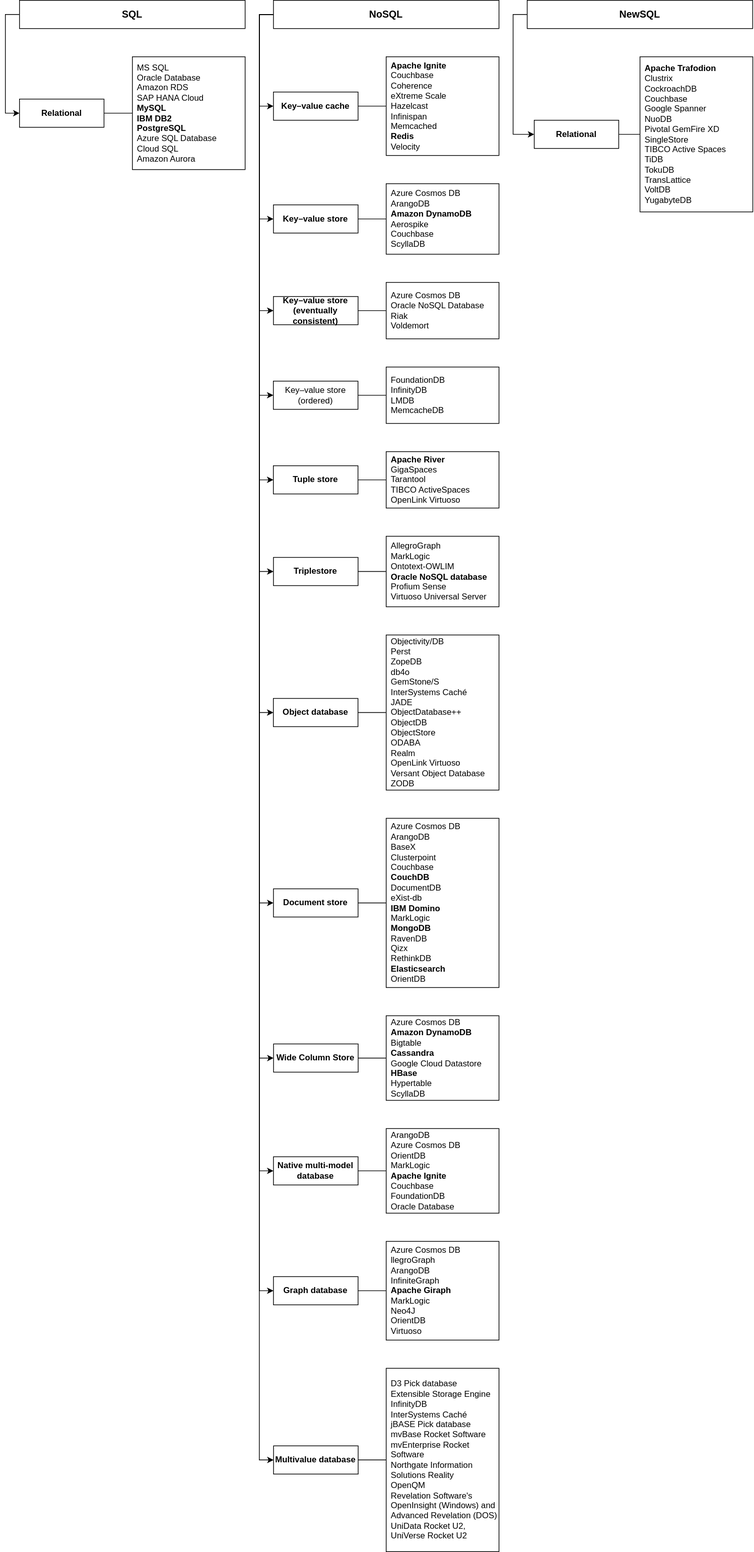
Before: diagrams/data_models.drawio.svg, a diagram exported from draw.io (ryndovaira-org/data_science_lectures). Source tidied: cells renumbered, new cells last; positions are measured from the earlier drawing's top-left corner, leaving out a move shared by most shapes.
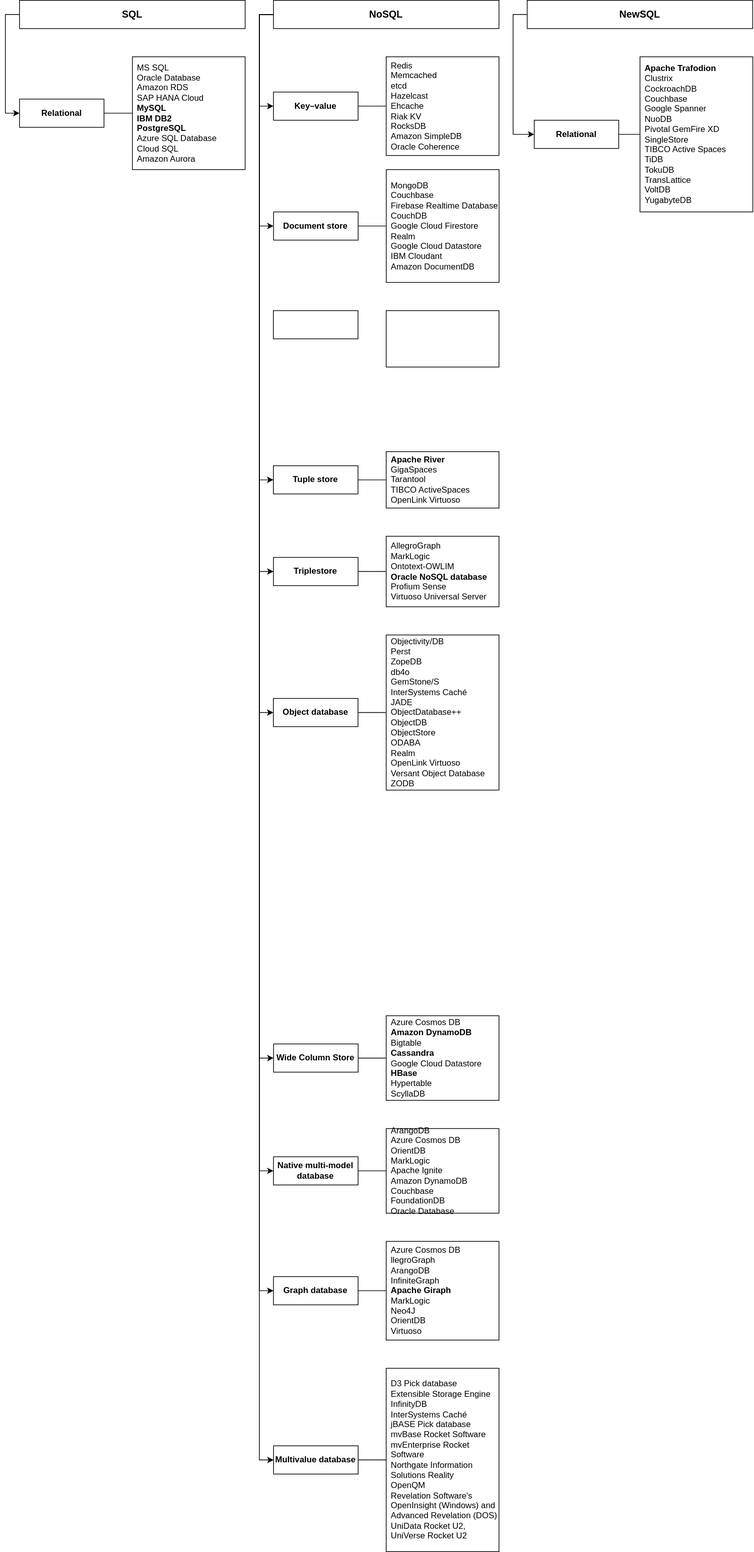
Above is the later version.

Change to the diagram source:
```diff
@@ -11,15 +11,6 @@
     <mxCell id="4" style="edgeStyle=orthogonalEdgeStyle;rounded=0;jettySize=auto;html=1;entryX=0;entryY=0.5;entryDx=0;entryDy=0;exitX=0;exitY=0.5;exitDx=0;exitDy=0;fillColor=none;" parent="1" edge="1" source="16" target="19">
       <mxGeometry relative="1" as="geometry" />
     </mxCell>
-    <mxCell id="5" style="edgeStyle=orthogonalEdgeStyle;rounded=0;jettySize=auto;html=1;exitX=0;exitY=0.5;exitDx=0;exitDy=0;entryX=0;entryY=0.5;entryDx=0;entryDy=0;fillColor=none;" parent="1" edge="1" source="16" target="21">
-      <mxGeometry relative="1" as="geometry" />
-    </mxCell>
-    <mxCell id="6" style="edgeStyle=orthogonalEdgeStyle;rounded=0;jettySize=auto;html=1;exitX=0;exitY=0.5;exitDx=0;exitDy=0;entryX=0;entryY=0.5;entryDx=0;entryDy=0;fillColor=none;" parent="1" edge="1" source="16" target="24">
-      <mxGeometry relative="1" as="geometry" />
-    </mxCell>
-    <mxCell id="7" style="edgeStyle=orthogonalEdgeStyle;rounded=0;jettySize=auto;html=1;exitX=0;exitY=0.5;exitDx=0;exitDy=0;entryX=0;entryY=0.5;entryDx=0;entryDy=0;fillColor=none;" parent="1" edge="1" source="16" target="27">
-      <mxGeometry relative="1" as="geometry" />
-    </mxCell>
     <mxCell id="8" style="edgeStyle=orthogonalEdgeStyle;rounded=0;jettySize=auto;html=1;exitX=0;exitY=0.5;exitDx=0;exitDy=0;entryX=0;entryY=0.5;entryDx=0;entryDy=0;fillColor=none;" parent="1" edge="1" source="16" target="30">
       <mxGeometry relative="1" as="geometry" />
     </mxCell>
@@ -53,36 +44,12 @@
     <mxCell id="18" value="NewSQL" style="rounded=0;whiteSpace=wrap;html=1;fillColor=none;fontSize=14;fontStyle=1;" parent="1" vertex="1">
       <mxGeometry x="720" width="319.9" height="40" as="geometry" />
     </mxCell>
-    <mxCell id="19" value="Key–value cache" style="rounded=0;whiteSpace=wrap;html=1;fillColor=none;fontSize=12;fontStyle=1;" parent="1" vertex="1">
+    <mxCell id="19" value="Key–value" style="rounded=0;whiteSpace=wrap;html=1;fillColor=none;fontSize=12;fontStyle=1;" parent="1" vertex="1">
       <mxGeometry x="360.1" y="130" width="120" height="40" as="geometry" />
     </mxCell>
-    <mxCell id="20" value="&lt;b style=&quot;font-size: 12px;&quot;&gt;Apache Ignite&lt;br&gt;&lt;/b&gt;Couchbase&lt;br&gt;Coherence&lt;br&gt;eXtreme Scale&lt;br&gt;Hazelcast&lt;br&gt;Infinispan&lt;br&gt;Memcached&lt;br&gt;&lt;b style=&quot;font-size: 12px;&quot;&gt;Redis&lt;br&gt;&lt;/b&gt;Velocity" style="rounded=0;whiteSpace=wrap;html=1;fillColor=none;fontSize=12;align=left;spacingLeft=5;" parent="1" vertex="1">
+    <mxCell id="20" value="&lt;div&gt;Redis&lt;/div&gt;&lt;div&gt;Memcached&lt;/div&gt;&lt;div&gt;etcd&lt;/div&gt;&lt;div&gt;Hazelcast&lt;/div&gt;&lt;div&gt;Ehcache&lt;/div&gt;&lt;div&gt;Riak KV&lt;/div&gt;&lt;div&gt;RocksDB&lt;/div&gt;&lt;div&gt;Amazon SimpleDB&lt;/div&gt;&lt;div&gt;Oracle Coherence&lt;/div&gt;" style="rounded=0;whiteSpace=wrap;html=1;fillColor=none;fontSize=12;align=left;spacingLeft=5;" parent="1" vertex="1">
       <mxGeometry x="520" y="80" width="160" height="140" as="geometry" />
     </mxCell>
-    <mxCell id="21" value="Key–value store" style="rounded=0;whiteSpace=wrap;html=1;fillColor=none;fontSize=12;fontStyle=1;" parent="1" vertex="1">
-      <mxGeometry x="360.1" y="290" width="120" height="40" as="geometry" />
-    </mxCell>
-    <mxCell id="22" value=" Azure Cosmos DB&lt;br&gt;ArangoDB&lt;br&gt;&lt;b style=&quot;font-size: 12px;&quot;&gt;Amazon DynamoDB&lt;br&gt;&lt;/b&gt;Aerospike&lt;br&gt;&lt;span style=&quot;font-size: 12px;&quot;&gt;Couchbase&lt;br&gt;&lt;/span&gt;ScyllaDB" style="rounded=0;whiteSpace=wrap;html=1;fillColor=none;fontSize=12;align=left;spacingLeft=5;" parent="1" vertex="1">
-      <mxGeometry x="520" y="260" width="160" height="100" as="geometry" />
-    </mxCell>
-    <mxCell id="23" style="edgeStyle=orthogonalEdgeStyle;rounded=0;jettySize=auto;html=1;endArrow=none;endFill=0;fillColor=none;" parent="1" edge="1" source="24" target="25">
-      <mxGeometry relative="1" as="geometry" />
-    </mxCell>
-    <mxCell id="24" value="Key–value store (eventually consistent)" style="rounded=0;whiteSpace=wrap;html=1;fillColor=none;fontSize=12;fontStyle=1;" parent="1" vertex="1">
-      <mxGeometry x="360.1" y="420" width="120" height="40" as="geometry" />
-    </mxCell>
-    <mxCell id="25" value="Azure Cosmos DB&lt;br&gt;Oracle NoSQL Database&lt;br&gt;Riak&lt;br&gt;Voldemort" style="rounded=0;whiteSpace=wrap;html=1;fillColor=none;fontSize=12;align=left;spacingLeft=5;" parent="1" vertex="1">
-      <mxGeometry x="520" y="400" width="160" height="80" as="geometry" />
-    </mxCell>
-    <mxCell id="26" style="edgeStyle=orthogonalEdgeStyle;rounded=0;jettySize=auto;html=1;endArrow=none;endFill=0;fillColor=none;" parent="1" edge="1" source="27" target="28">
-      <mxGeometry relative="1" as="geometry" />
-    </mxCell>
-    <mxCell id="27" value="Key–value store (ordered)" style="rounded=0;whiteSpace=wrap;html=1;fillColor=none;fontSize=12;" parent="1" vertex="1">
-      <mxGeometry x="360" y="540" width="120" height="40" as="geometry" />
-    </mxCell>
-    <mxCell id="28" value="FoundationDB&lt;br&gt;InfinityDB&lt;br&gt;LMDB&lt;br&gt;MemcacheDB" style="rounded=0;whiteSpace=wrap;html=1;fillColor=none;fontSize=12;align=left;spacingLeft=5;" parent="1" vertex="1">
-      <mxGeometry x="520" y="520" width="160" height="80" as="geometry" />
-    </mxCell>
     <mxCell id="29" style="edgeStyle=orthogonalEdgeStyle;rounded=0;jettySize=auto;html=1;endArrow=none;endFill=0;fillColor=none;" parent="1" edge="1" source="30" target="31">
       <mxGeometry relative="1" as="geometry" />
     </mxCell>
@@ -114,10 +81,10 @@
       <mxGeometry relative="1" as="geometry" />
     </mxCell>
     <mxCell id="39" value="Document store" style="rounded=0;whiteSpace=wrap;html=1;fillColor=none;fontSize=12;fontStyle=1;" parent="1" vertex="1">
-      <mxGeometry x="360.1" y="1260" width="120" height="40" as="geometry" />
+      <mxGeometry x="360.3" y="300" width="120" height="40" as="geometry" />
     </mxCell>
-    <mxCell id="40" value="Azure Cosmos DB&lt;br&gt;ArangoDB&lt;br&gt;BaseX&lt;br&gt;Clusterpoint&lt;br&gt;Couchbase&lt;br&gt;&lt;b style=&quot;font-size: 12px;&quot;&gt;CouchDB&lt;br&gt;&lt;/b&gt;DocumentDB&lt;br&gt;eXist-db&lt;br&gt;&lt;b style=&quot;font-size: 12px;&quot;&gt;IBM Domino&lt;br&gt;&lt;/b&gt;MarkLogic&lt;br&gt;&lt;b style=&quot;font-size: 12px;&quot;&gt;MongoDB&lt;br&gt;&lt;/b&gt;RavenDB&lt;br&gt;Qizx&lt;br&gt;RethinkDB&lt;br&gt;&lt;b style=&quot;font-size: 12px;&quot;&gt;Elasticsearch&lt;br&gt;&lt;/b&gt;OrientDB" style="rounded=0;whiteSpace=wrap;html=1;fillColor=none;fontSize=12;align=left;spacingLeft=5;" parent="1" vertex="1">
-      <mxGeometry x="520" y="1160" width="160" height="240" as="geometry" />
+    <mxCell id="40" value="&lt;div&gt;MongoDB&lt;/div&gt;&lt;div&gt;Couchbase&lt;/div&gt;&lt;div&gt;Firebase Realtime Database&lt;/div&gt;&lt;div&gt;CouchDB&lt;/div&gt;&lt;div&gt;Google Cloud Firestore&lt;/div&gt;&lt;div&gt;Realm&lt;/div&gt;&lt;div&gt;Google Cloud Datastore&lt;/div&gt;&lt;div&gt;IBM Cloudant&lt;/div&gt;&lt;div&gt;Amazon DocumentDB&lt;/div&gt;" style="rounded=0;whiteSpace=wrap;html=1;fillColor=none;fontSize=12;align=left;spacingLeft=5;" parent="1" vertex="1">
+      <mxGeometry x="520.1" y="240" width="160" height="160" as="geometry" />
     </mxCell>
     <mxCell id="41" style="edgeStyle=orthogonalEdgeStyle;rounded=0;jettySize=auto;html=1;endArrow=none;endFill=0;fillColor=none;" parent="1" edge="1" source="42" target="43">
       <mxGeometry relative="1" as="geometry" />
@@ -134,7 +101,7 @@
     <mxCell id="45" value="Native multi-model database" style="rounded=0;whiteSpace=wrap;html=1;fillColor=none;fontSize=12;fontStyle=1;" parent="1" vertex="1">
       <mxGeometry x="360.1" y="1640" width="120" height="40" as="geometry" />
     </mxCell>
-    <mxCell id="46" value="ArangoDB&lt;br&gt;Azure Cosmos DB&lt;br&gt;OrientDB&lt;br&gt;MarkLogic&lt;br&gt;&lt;b style=&quot;font-size: 12px;&quot;&gt;Apache Ignite&lt;br&gt;&lt;/b&gt;Couchbase&lt;br&gt;FoundationDB&lt;br&gt;Oracle Database" style="rounded=0;whiteSpace=wrap;html=1;fillColor=none;fontSize=12;align=left;spacingLeft=5;" parent="1" vertex="1">
+    <mxCell id="46" value="&lt;div&gt;ArangoDB&lt;/div&gt;&lt;div&gt;Azure Cosmos DB&lt;/div&gt;&lt;div&gt;OrientDB&lt;/div&gt;&lt;div&gt;MarkLogic&lt;/div&gt;&lt;div&gt;Apache Ignite&lt;/div&gt;&lt;div&gt;Amazon DynamoDB&lt;/div&gt;&lt;div&gt;Couchbase&lt;/div&gt;&lt;div&gt;FoundationDB&lt;/div&gt;&lt;div&gt;Oracle Database&lt;/div&gt;" style="rounded=0;whiteSpace=wrap;html=1;fillColor=none;fontSize=12;align=left;spacingLeft=5;" parent="1" vertex="1">
       <mxGeometry x="520" y="1600" width="160" height="120" as="geometry" />
     </mxCell>
     <mxCell id="47" style="edgeStyle=orthogonalEdgeStyle;rounded=0;jettySize=auto;html=1;endArrow=none;endFill=0;fillColor=none;" parent="1" edge="1" source="48" target="49">
@@ -158,9 +125,6 @@
     <mxCell id="53" style="endArrow=none;html=1;rounded=0;entryX=0;entryY=0.5;entryDx=0;entryDy=0;exitX=1;exitY=0.5;exitDx=0;exitDy=0;fillColor=none;" parent="1" edge="1" source="19" target="20">
       <mxGeometry relative="1" as="geometry" />
     </mxCell>
-    <mxCell id="54" style="endArrow=none;html=1;rounded=0;entryX=0;entryY=0.5;entryDx=0;entryDy=0;exitX=1;exitY=0.5;exitDx=0;exitDy=0;fillColor=none;" parent="1" edge="1" source="21" target="22">
-      <mxGeometry relative="1" as="geometry" />
-    </mxCell>
     <mxCell id="55" style="edgeStyle=orthogonalEdgeStyle;rounded=0;jettySize=auto;html=1;endArrow=none;endFill=0;" parent="1" edge="1" source="56" target="57">
       <mxGeometry relative="1" as="geometry" />
     </mxCell>
@@ -179,5 +143,11 @@
     <mxCell id="60" value="&lt;div&gt;&lt;b&gt;Apache Trafodion&lt;/b&gt;&lt;/div&gt;&lt;div&gt;Clustrix&lt;/div&gt;&lt;div&gt;CockroachDB&lt;/div&gt;&lt;div&gt;Couchbase&lt;/div&gt;&lt;div&gt;Google Spanner&lt;/div&gt;&lt;div&gt;NuoDB&lt;/div&gt;&lt;div&gt;Pivotal GemFire XD&lt;/div&gt;&lt;div&gt;SingleStore&lt;/div&gt;&lt;div&gt;TIBCO Active Spaces&lt;/div&gt;&lt;div&gt;TiDB&lt;/div&gt;&lt;div&gt;TokuDB&lt;/div&gt;&lt;div&gt;TransLattice&lt;/div&gt;&lt;div&gt;VoltDB&lt;/div&gt;&lt;div&gt;YugabyteDB&lt;/div&gt;" style="rounded=0;whiteSpace=wrap;html=1;fillColor=none;align=left;spacingLeft=5;" parent="1" vertex="1">
       <mxGeometry x="880" y="80" width="160" height="220" as="geometry" />
     </mxCell>
+    <mxCell id="61" style="rounded=0;whiteSpace=wrap;html=1;fillColor=none;fontSize=12;fontStyle=1;" parent="1" vertex="1">
+      <mxGeometry x="360" y="440" width="120" height="40" as="geometry" />
+    </mxCell>
+    <mxCell id="62" style="rounded=0;whiteSpace=wrap;html=1;fillColor=none;fontSize=12;align=left;spacingLeft=5;" parent="1" vertex="1">
+      <mxGeometry x="520" y="440" width="160" height="80" as="geometry" />
+    </mxCell>
   </root>
 </mxGraphModel>
```
